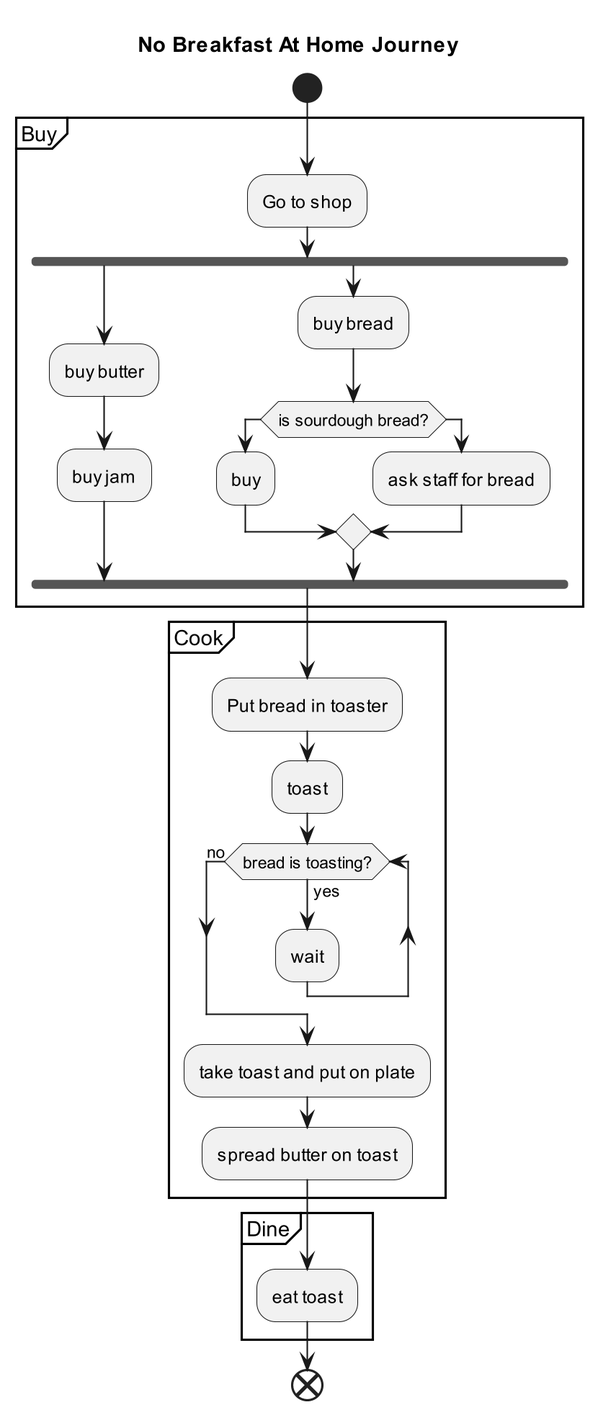
Earlier version of the PlantUML export docs/breakfast.png (hanfak/flowgen). Its diagram source:
```plantuml
@startuml
skinparam dpi 200
skin rose
title
No Breakfast At Home Journey
end title
start
group Buy
:Go to shop;
fork
:buy butter;
:buy jam;
fork again
:buy bread;
if (is sourdough bread?) then
:buy;
else
:ask staff for bread;
endif
end fork
end group
group Cook
:Put bread in toaster;
:toast;
while (bread is toasting?) is (yes)
:wait;
end while (no)
:take toast and put on plate;
:spread butter on toast;
end group
group Dine
:eat toast;
end group
end
@enduml
```
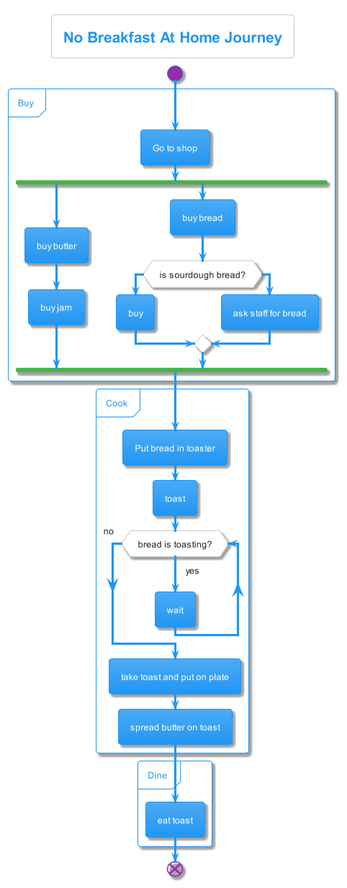
The same diagram one commit later.

What changed in the source:
```diff
@@ -1,6 +1,6 @@
 @startuml
 skinparam dpi 200
-skin rose
+!theme materia
 title
 No Breakfast At Home Journey
 end title
```
